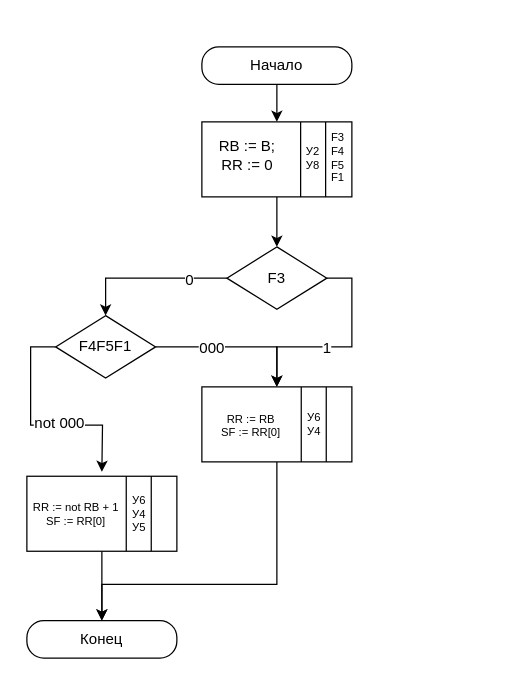
Before: draw.io/microOp2Diagram.drawio in meyakovenkoj/processor-coursework, a draw.io diagram. Source tidied: cells renumbered, new cells numbered last; positions are measured from the earlier drawing's top-left corner, leaving out a move shared by most shapes. Both pictures are drawn from the tidied source at 125%, with x=0, y=0 at pixel (26, 46).
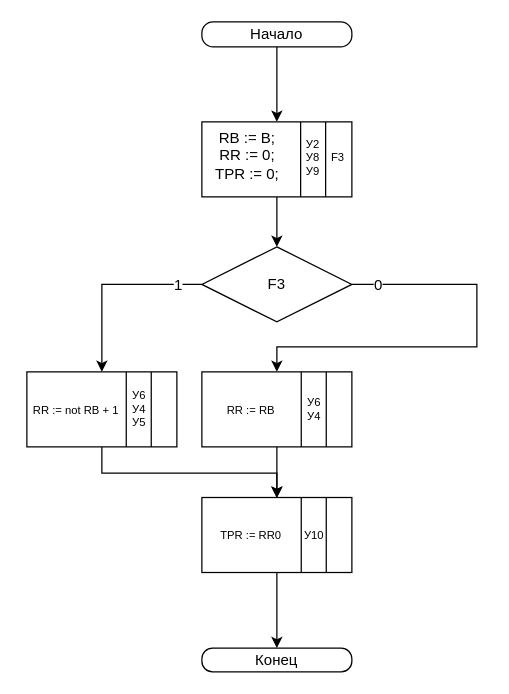
After the change.

Diff of the diagram source:
```diff
@@
     <mxCell id="3" value="Начало" style="rounded=1;whiteSpace=wrap;html=1;imageHeight=24;arcSize=45;" parent="1" vertex="1">
-      <mxGeometry x="140" width="120" height="30" as="geometry" />
+      <mxGeometry x="140" y="-20" width="120" height="20" as="geometry" />
     </mxCell>
     <mxCell id="4" value="Конец" style="rounded=1;whiteSpace=wrap;html=1;arcSize=45;" parent="1" vertex="1">
-      <mxGeometry y="459" width="120" height="30" as="geometry" />
+      <mxGeometry x="140" y="481" width="120" height="19" as="geometry" />
     </mxCell>
@@
-    <mxCell id="9" value="RB := B;&lt;br&gt;RR := 0" style="text;html=1;strokeColor=none;fillColor=none;align=center;verticalAlign=middle;whiteSpace=wrap;rounded=0;" parent="1" vertex="1">
+    <mxCell id="9" value="RB := B;&lt;br&gt;RR := 0;&lt;br&gt;TPR := 0;" style="text;html=1;strokeColor=none;fillColor=none;align=center;verticalAlign=middle;whiteSpace=wrap;rounded=0;" parent="1" vertex="1">
       <mxGeometry x="140" y="63" width="73" height="48" as="geometry" />
     </mxCell>
-    <mxCell id="10" value="У2&lt;br&gt;У8" style="text;html=1;strokeColor=none;fillColor=none;align=center;verticalAlign=middle;whiteSpace=wrap;rounded=0;fontSize=9;" parent="1" vertex="1">
+    <mxCell id="10" value="У2&lt;br&gt;У8&lt;br&gt;У9" style="text;html=1;strokeColor=none;fillColor=none;align=center;verticalAlign=middle;whiteSpace=wrap;rounded=0;fontSize=9;" parent="1" vertex="1">
       <mxGeometry x="224" y="79" width="10" height="20" as="geometry" />
     </mxCell>
-    <mxCell id="11" value="F3&lt;br&gt;F4&lt;br&gt;F5&lt;br&gt;F1" style="text;html=1;strokeColor=none;fillColor=none;align=center;verticalAlign=middle;whiteSpace=wrap;rounded=0;fontSize=9;" parent="1" vertex="1">
+    <mxCell id="11" value="F3" style="text;html=1;strokeColor=none;fillColor=none;align=center;verticalAlign=middle;whiteSpace=wrap;rounded=0;fontSize=9;" parent="1" vertex="1">
       <mxGeometry x="244" y="79" width="10" height="20" as="geometry" />
     </mxCell>
-    <mxCell id="12" style="edgeStyle=orthogonalEdgeStyle;rounded=0;jettySize=auto;html=1;exitX=0;exitY=0.5;exitDx=0;exitDy=0;entryX=0.5;entryY=0;entryDx=0;entryDy=0;" parent="1" edge="1" source="16" target="22">
-      <mxGeometry relative="1" as="geometry" />
+    <mxCell id="12" style="edgeStyle=orthogonalEdgeStyle;rounded=0;jettySize=auto;html=1;exitX=0;exitY=0.5;exitDx=0;exitDy=0;entryX=0.5;entryY=0;entryDx=0;entryDy=0;" parent="1" edge="1" source="16" target="30">
+      <mxGeometry relative="1" as="geometry">
+        <Array as="points">
+          <mxPoint x="60" y="190" />
+        </Array>
+      </mxGeometry>
     </mxCell>
-    <mxCell id="13" value="0" style="text;html=1;align=center;verticalAlign=middle;labelBackgroundColor=#ffffff;" parent="12" vertex="1">
-      <mxGeometry x="-0.51" y="1" relative="1" as="geometry" />
+    <mxCell id="13" value="1" style="text;html=1;align=center;verticalAlign=middle;labelBackgroundColor=#ffffff;" parent="12" vertex="1">
+      <mxGeometry x="-0.51" y="1" relative="1" as="geometry">
+        <mxPoint x="17" y="-1" as="offset" />
+      </mxGeometry>
     </mxCell>
-    <mxCell id="14" style="edgeStyle=orthogonalEdgeStyle;rounded=0;jettySize=auto;html=1;exitX=1;exitY=0.5;exitDx=0;exitDy=0;entryX=0.5;entryY=0;entryDx=0;entryDy=0;jumpSize=6;" parent="1" edge="1" source="16" target="24">
+    <mxCell id="14" style="edgeStyle=orthogonalEdgeStyle;rounded=0;jettySize=auto;html=1;exitX=1;exitY=0.5;exitDx=0;exitDy=0;jumpSize=6;entryX=0.5;entryY=0;entryDx=0;entryDy=0;" parent="1" edge="1" source="16" target="24">
       <mxGeometry relative="1" as="geometry">
         <Array as="points">
-          <mxPoint x="260" y="185" />
-          <mxPoint x="260" y="240" />
+          <mxPoint x="360" y="190" />
+          <mxPoint x="360" y="240" />
           <mxPoint x="200" y="240" />
         </Array>
       </mxGeometry>
     </mxCell>
-    <mxCell id="15" value="1" style="text;html=1;align=center;verticalAlign=middle;labelBackgroundColor=#ffffff;" parent="14" vertex="1">
-      <mxGeometry x="0.15" relative="1" as="geometry" />
+    <mxCell id="15" value="0" style="text;html=1;align=center;verticalAlign=middle;labelBackgroundColor=#ffffff;" parent="14" vertex="1">
+      <mxGeometry x="0.15" relative="1" as="geometry">
+        <mxPoint x="-40" y="-50" as="offset" />
+      </mxGeometry>
     </mxCell>
-    <mxCell id="16" style="rhombus;whiteSpace=wrap;html=1;" parent="1" vertex="1">
-      <mxGeometry x="160" y="160" width="80" height="50" as="geometry" />
+    <mxCell id="16" value="F3" style="rhombus;whiteSpace=wrap;html=1;" parent="1" vertex="1">
+      <mxGeometry x="140" y="160" width="120" height="60" as="geometry" />
     </mxCell>
-    <mxCell id="17" value="F3" style="text;html=1;strokeColor=none;fillColor=none;align=center;verticalAlign=middle;whiteSpace=wrap;rounded=0;" parent="1" vertex="1">
-      <mxGeometry x="180" y="175" width="40" height="20" as="geometry" />
-    </mxCell>
-    <mxCell id="18" style="edgeStyle=orthogonalEdgeStyle;rounded=0;jettySize=auto;html=1;exitX=1;exitY=0.5;exitDx=0;exitDy=0;entryX=0.5;entryY=0;entryDx=0;entryDy=0;" parent="1" edge="1" source="22" target="24">
-      <mxGeometry relative="1" as="geometry" />
-    </mxCell>
-    <mxCell id="19" value="000" style="text;html=1;align=center;verticalAlign=middle;labelBackgroundColor=#ffffff;" parent="18" vertex="1">
-      <mxGeometry x="-0.32" relative="1" as="geometry" />
-    </mxCell>
-    <mxCell id="20" style="edgeStyle=orthogonalEdgeStyle;rounded=0;jumpSize=6;jettySize=auto;html=1;exitX=0;exitY=0.5;exitDx=0;exitDy=0;" parent="1" edge="1" source="22">
-      <mxGeometry relative="1" as="geometry">
-        <mxPoint x="60" y="340" as="targetPoint" />
-      </mxGeometry>
-    </mxCell>
-    <mxCell id="21" value="not 000" style="text;html=1;align=center;verticalAlign=middle;labelBackgroundColor=#ffffff;" parent="20" vertex="1">
-      <mxGeometry x="0.18" y="2" relative="1" as="geometry" />
-    </mxCell>
-    <mxCell id="22" value="F4F5F1" style="rhombus;whiteSpace=wrap;html=1;" parent="1" vertex="1">
-      <mxGeometry x="23" y="215" width="80" height="50" as="geometry" />
-    </mxCell>
-    <mxCell id="23" style="edgeStyle=orthogonalEdgeStyle;rounded=0;jumpSize=6;jettySize=auto;html=1;exitX=0.5;exitY=1;exitDx=0;exitDy=0;entryX=0.5;entryY=0;entryDx=0;entryDy=0;" parent="1" edge="1" source="24" target="4">
-      <mxGeometry relative="1" as="geometry">
-        <Array as="points">
-          <mxPoint x="200" y="430" />
-          <mxPoint x="60" y="430" />
-        </Array>
-      </mxGeometry>
-    </mxCell>
+    <mxCell id="35" style="edgeStyle=orthogonalEdgeStyle;rounded=0;jettySize=auto;html=1;entryX=0.5;entryY=0;entryDx=0;entryDy=0;fontSize=11;" parent="1" edge="1" source="24" target="38">
+      <mxGeometry relative="1" as="geometry" />
+    </mxCell>
     <mxCell id="24" style="rounded=0;whiteSpace=wrap;html=1;" parent="1" vertex="1">
-      <mxGeometry x="140" y="272" width="120" height="60" as="geometry" />
+      <mxGeometry x="140" y="260" width="120" height="60" as="geometry" />
     </mxCell>
     <mxCell id="25" style="endArrow=none;html=1;exitX=0.583;exitY=1;exitDx=0;exitDy=0;exitPerimeter=0;" parent="1" edge="1">
       <mxGeometry relative="1" as="geometry">
-        <mxPoint x="219.5" y="332" as="sourcePoint" />
-        <mxPoint x="219.5" y="272" as="targetPoint" />
+        <mxPoint x="219.5" y="320" as="sourcePoint" />
+        <mxPoint x="219.5" y="260" as="targetPoint" />
       </mxGeometry>
     </mxCell>
     <mxCell id="26" style="endArrow=none;html=1;exitX=0.583;exitY=1;exitDx=0;exitDy=0;exitPerimeter=0;" parent="1" edge="1">
       <mxGeometry relative="1" as="geometry">
-        <mxPoint x="239.5" y="332" as="sourcePoint" />
-        <mxPoint x="239.5" y="272" as="targetPoint" />
+        <mxPoint x="239.5" y="320" as="sourcePoint" />
+        <mxPoint x="239.5" y="260" as="targetPoint" />
       </mxGeometry>
     </mxCell>
-    <mxCell id="27" value="RR := RB&lt;br&gt;SF := RR[0]" style="text;html=1;strokeColor=none;fillColor=none;align=center;verticalAlign=middle;whiteSpace=wrap;rounded=0;fontSize=9;" parent="1" vertex="1">
-      <mxGeometry x="143" y="280" width="73" height="45" as="geometry" />
+    <mxCell id="27" value="RR := RB" style="text;html=1;strokeColor=none;fillColor=none;align=center;verticalAlign=middle;whiteSpace=wrap;rounded=0;fontSize=9;" parent="1" vertex="1">
+      <mxGeometry x="143" y="268" width="73" height="45" as="geometry" />
     </mxCell>
     <mxCell id="28" value="У6&lt;br&gt;У4" style="text;html=1;strokeColor=none;fillColor=none;align=center;verticalAlign=middle;whiteSpace=wrap;rounded=0;fontSize=9;" parent="1" vertex="1">
-      <mxGeometry x="225" y="292" width="10" height="20" as="geometry" />
+      <mxGeometry x="225" y="280" width="10" height="20" as="geometry" />
     </mxCell>
-    <mxCell id="29" style="edgeStyle=orthogonalEdgeStyle;rounded=0;jumpSize=6;jettySize=auto;html=1;exitX=0.5;exitY=1;exitDx=0;exitDy=0;entryX=0.5;entryY=0;entryDx=0;entryDy=0;" parent="1" edge="1" source="30" target="4">
-      <mxGeometry relative="1" as="geometry" />
-    </mxCell>
+    <mxCell id="36" style="edgeStyle=orthogonalEdgeStyle;rounded=0;jettySize=auto;html=1;fontSize=11;" parent="1" edge="1" source="30">
+      <mxGeometry relative="1" as="geometry">
+        <mxPoint x="200" y="361" as="targetPoint" />
+        <Array as="points">
+          <mxPoint x="60" y="341" />
+          <mxPoint x="200" y="341" />
+        </Array>
+      </mxGeometry>
+    </mxCell>
     <mxCell id="30" style="rounded=0;whiteSpace=wrap;html=1;" parent="1" vertex="1">
-      <mxGeometry y="343.5" width="120" height="60" as="geometry" />
+      <mxGeometry y="260" width="120" height="60" as="geometry" />
     </mxCell>
     <mxCell id="31" style="endArrow=none;html=1;exitX=0.583;exitY=1;exitDx=0;exitDy=0;exitPerimeter=0;" parent="1" edge="1">
       <mxGeometry relative="1" as="geometry">
-        <mxPoint x="79.5" y="403.5" as="sourcePoint" />
-        <mxPoint x="79.5" y="343.5" as="targetPoint" />
+        <mxPoint x="79.5" y="320" as="sourcePoint" />
+        <mxPoint x="79.5" y="260" as="targetPoint" />
       </mxGeometry>
     </mxCell>
     <mxCell id="32" style="endArrow=none;html=1;exitX=0.583;exitY=1;exitDx=0;exitDy=0;exitPerimeter=0;" parent="1" edge="1">
       <mxGeometry relative="1" as="geometry">
-        <mxPoint x="99.5" y="403.5" as="sourcePoint" />
-        <mxPoint x="99.5" y="343.5" as="targetPoint" />
+        <mxPoint x="99.5" y="320" as="sourcePoint" />
+        <mxPoint x="99.5" y="260" as="targetPoint" />
       </mxGeometry>
     </mxCell>
-    <mxCell id="33" value="RR := not RB + 1&lt;br&gt;SF := RR[0]" style="text;html=1;strokeColor=none;fillColor=none;align=center;verticalAlign=middle;whiteSpace=wrap;rounded=0;fontSize=9;" parent="1" vertex="1">
-      <mxGeometry x="3" y="351.5" width="73" height="45" as="geometry" />
+    <mxCell id="33" value="RR := not RB + 1" style="text;html=1;strokeColor=none;fillColor=none;align=center;verticalAlign=middle;whiteSpace=wrap;rounded=0;fontSize=9;" parent="1" vertex="1">
+      <mxGeometry x="3" y="268" width="73" height="45" as="geometry" />
     </mxCell>
     <mxCell id="34" value="У6&lt;br&gt;У4&lt;br&gt;У5" style="text;html=1;strokeColor=none;fillColor=none;align=center;verticalAlign=middle;whiteSpace=wrap;rounded=0;fontSize=9;" parent="1" vertex="1">
-      <mxGeometry x="85" y="363.5" width="10" height="20" as="geometry" />
+      <mxGeometry x="85" y="280" width="10" height="20" as="geometry" />
     </mxCell>
+    <mxCell id="37" style="edgeStyle=orthogonalEdgeStyle;rounded=0;jettySize=auto;html=1;entryX=0.5;entryY=0;entryDx=0;entryDy=0;fontSize=11;" parent="1" edge="1" source="38" target="4">
+      <mxGeometry relative="1" as="geometry" />
+    </mxCell>
+    <mxCell id="38" style="rounded=0;whiteSpace=wrap;html=1;" parent="1" vertex="1">
+      <mxGeometry x="140" y="360.5" width="120" height="60" as="geometry" />
+    </mxCell>
+    <mxCell id="39" style="endArrow=none;html=1;exitX=0.583;exitY=1;exitDx=0;exitDy=0;exitPerimeter=0;" parent="1" edge="1">
+      <mxGeometry relative="1" as="geometry">
+        <mxPoint x="219.5" y="420.5" as="sourcePoint" />
+        <mxPoint x="219.5" y="360.5" as="targetPoint" />
+      </mxGeometry>
+    </mxCell>
+    <mxCell id="40" style="endArrow=none;html=1;exitX=0.583;exitY=1;exitDx=0;exitDy=0;exitPerimeter=0;" parent="1" edge="1">
+      <mxGeometry relative="1" as="geometry">
+        <mxPoint x="239.5" y="420.5" as="sourcePoint" />
+        <mxPoint x="239.5" y="360.5" as="targetPoint" />
+      </mxGeometry>
+    </mxCell>
+    <mxCell id="41" value="TPR := RR0" style="text;html=1;strokeColor=none;fillColor=none;align=center;verticalAlign=middle;whiteSpace=wrap;rounded=0;fontSize=9;" parent="1" vertex="1">
+      <mxGeometry x="143" y="368.5" width="73" height="45" as="geometry" />
+    </mxCell>
+    <mxCell id="42" value="У10" style="text;html=1;strokeColor=none;fillColor=none;align=center;verticalAlign=middle;whiteSpace=wrap;rounded=0;fontSize=9;" parent="1" vertex="1">
+      <mxGeometry x="225" y="380.5" width="10" height="20" as="geometry" />
+    </mxCell>
```
